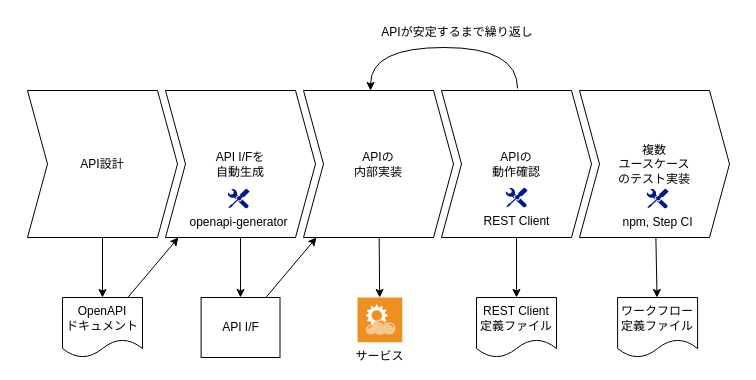
Earlier version of the draw.io diagram page "process" (2 of 3) of src/img/blogs/2023/0915_apply-stepci-to-app-dev.drawio (mamezou-tech/mamezou-tech-site). Source tidied: cells renumbered, new cells numbered last; positions are measured from the earlier drawing's top-left corner, leaving out a move shared by most shapes. Both pictures are drawn from the tidied source at 100%, with x=0, y=0 at pixel (17, 17).
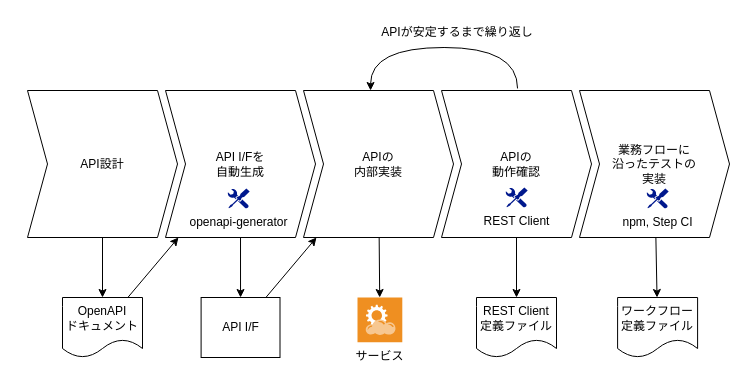
The same diagram, later.

Commit message (it also covers changes not shown here):
レビュー指摘対応：tag追加、「ユースケース」の利用箇所見直し

Unchanged cells that the change refers to:
```xml
<mxCell id="2" style="swimlane;horizontal=1;fillColor=none;strokeColor=none;stackBorder=10;align=center;whiteSpace=wrap;html=1;strokeWidth=1;" parent="1" vertex="1">
  <mxGeometry y="40" width="722" height="190" as="geometry" />
</mxCell>
```

Change to the diagram source:
```diff
@@
-    <mxCell id="8" value="複数&lt;br&gt;ユースケース&lt;br&gt;のテスト実装" style="shape=step;perimeter=stepPerimeter;fixedSize=1;points=[];whiteSpace=wrap;html=1;strokeColor=default;strokeWidth=1;fillColor=none;" parent="2" vertex="1">
+    <mxCell id="8" value="業務フローに&lt;br&gt;沿ったテストの&lt;br&gt;実装" style="shape=step;perimeter=stepPerimeter;fixedSize=1;points=[];whiteSpace=wrap;html=1;strokeColor=default;strokeWidth=1;fillColor=none;" parent="2" vertex="1">
       <mxGeometry x="562" y="33" width="150" height="147" as="geometry" />
     </mxCell>
```
